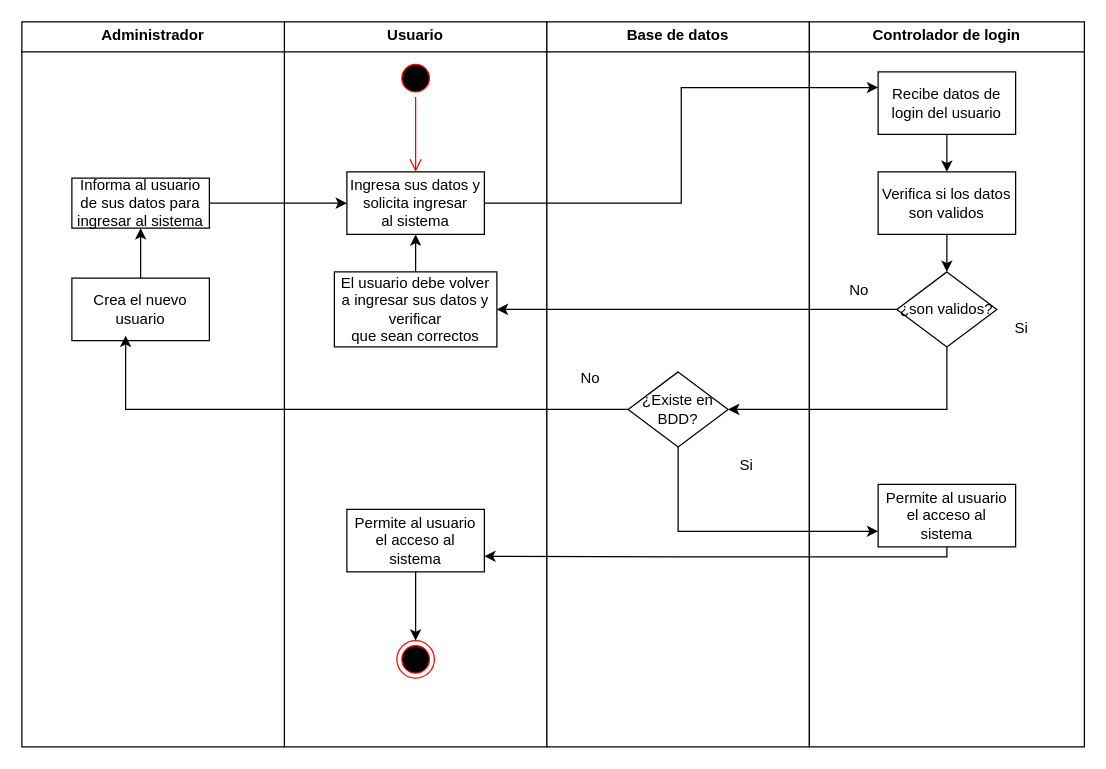
Before: Diagramas actividad/diagrama_actividad_login.drawio in MirroringCode/diagramas-del-csm, a draw.io diagram. Source tidied: cells renumbered, new cells numbered last; positions are measured from the earlier drawing's top-left corner, leaving out a move shared by most shapes. Both pictures are drawn from the tidied source at 125%, with x=0, y=0 at pixel (21, 21).
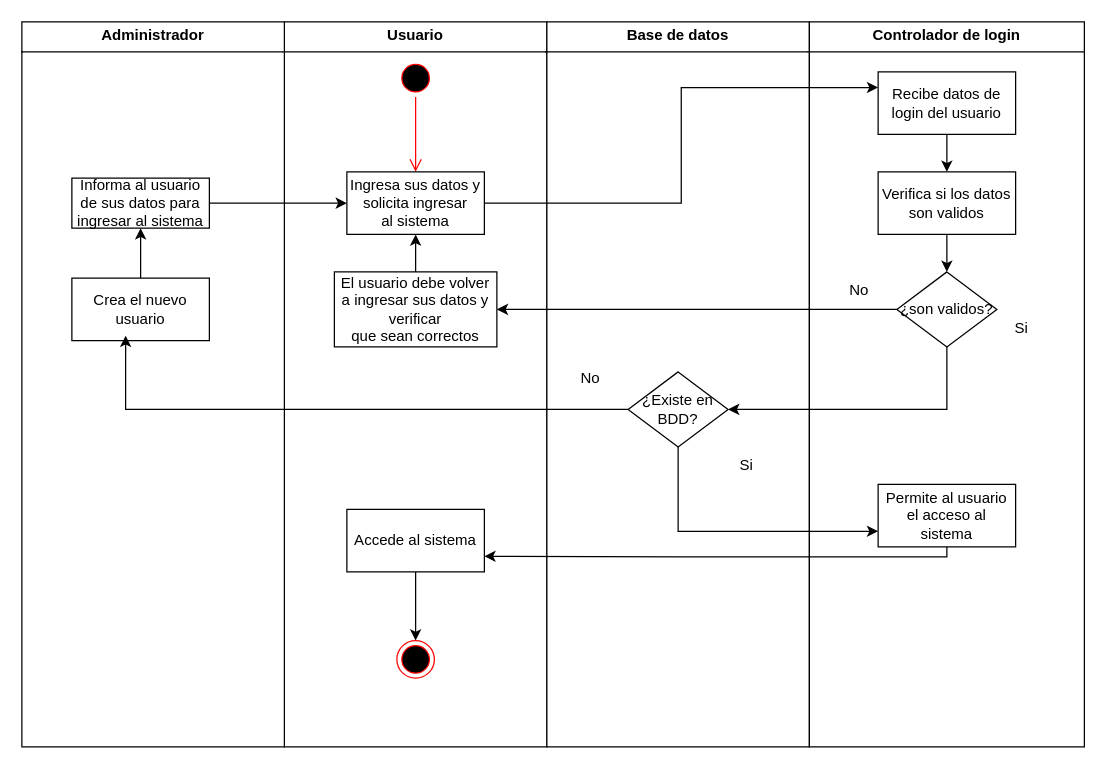
After the change.

What changed in the source:
```diff
@@
-    <mxCell id="33" value="Permite al usuario&lt;div&gt;el acceso al sistema&lt;/div&gt;" style="html=1;whiteSpace=wrap;" parent="1" vertex="1">
+    <mxCell id="33" value="Accede al sistema" style="html=1;whiteSpace=wrap;" parent="1" vertex="1">
       <mxGeometry x="260" y="390" width="110" height="50" as="geometry" />
     </mxCell>
```
